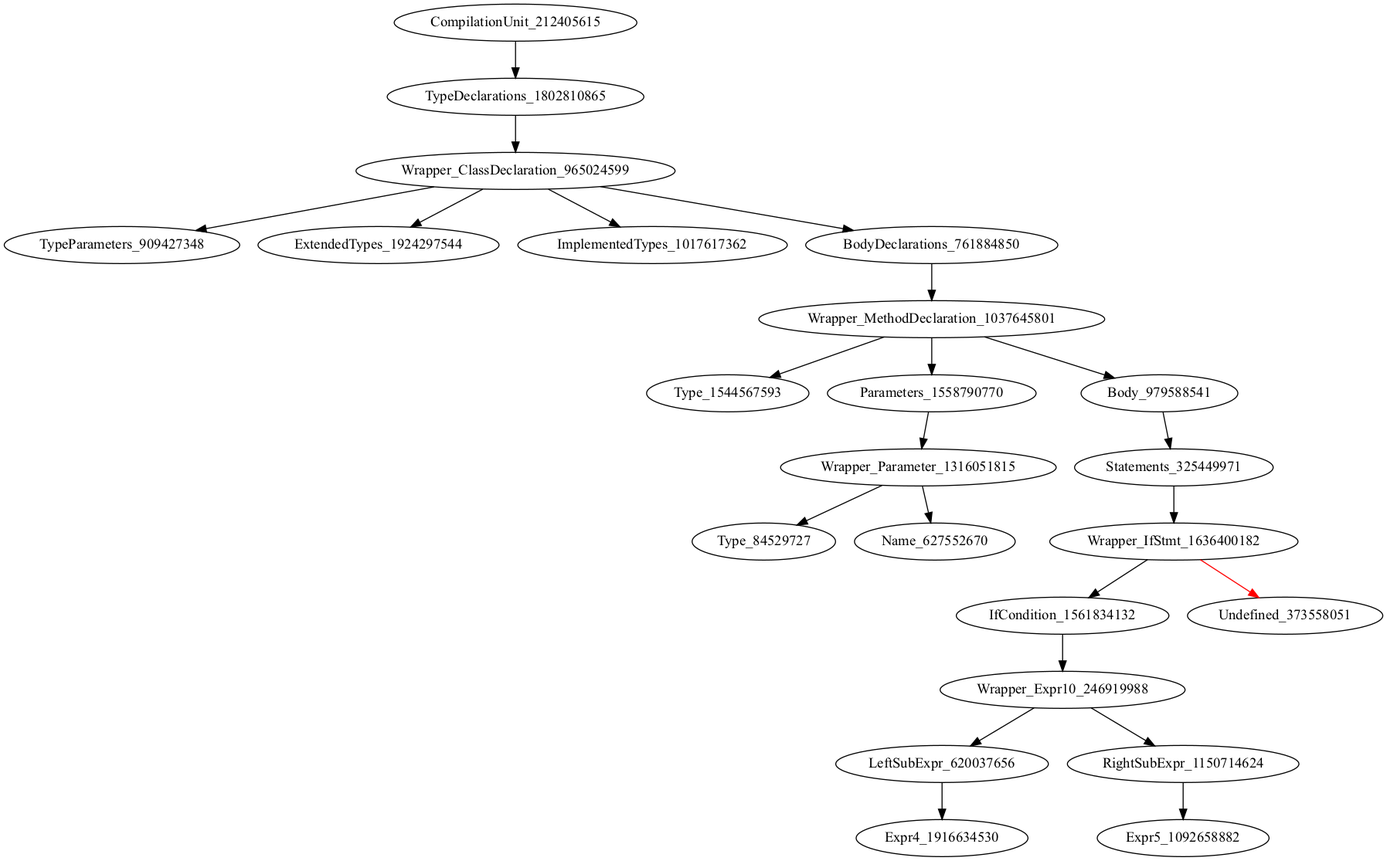
Earlier version of the Graphviz export holeAST.png (icse2023material/VoiceJava). Its source is kept beside it as holeAST.dot.
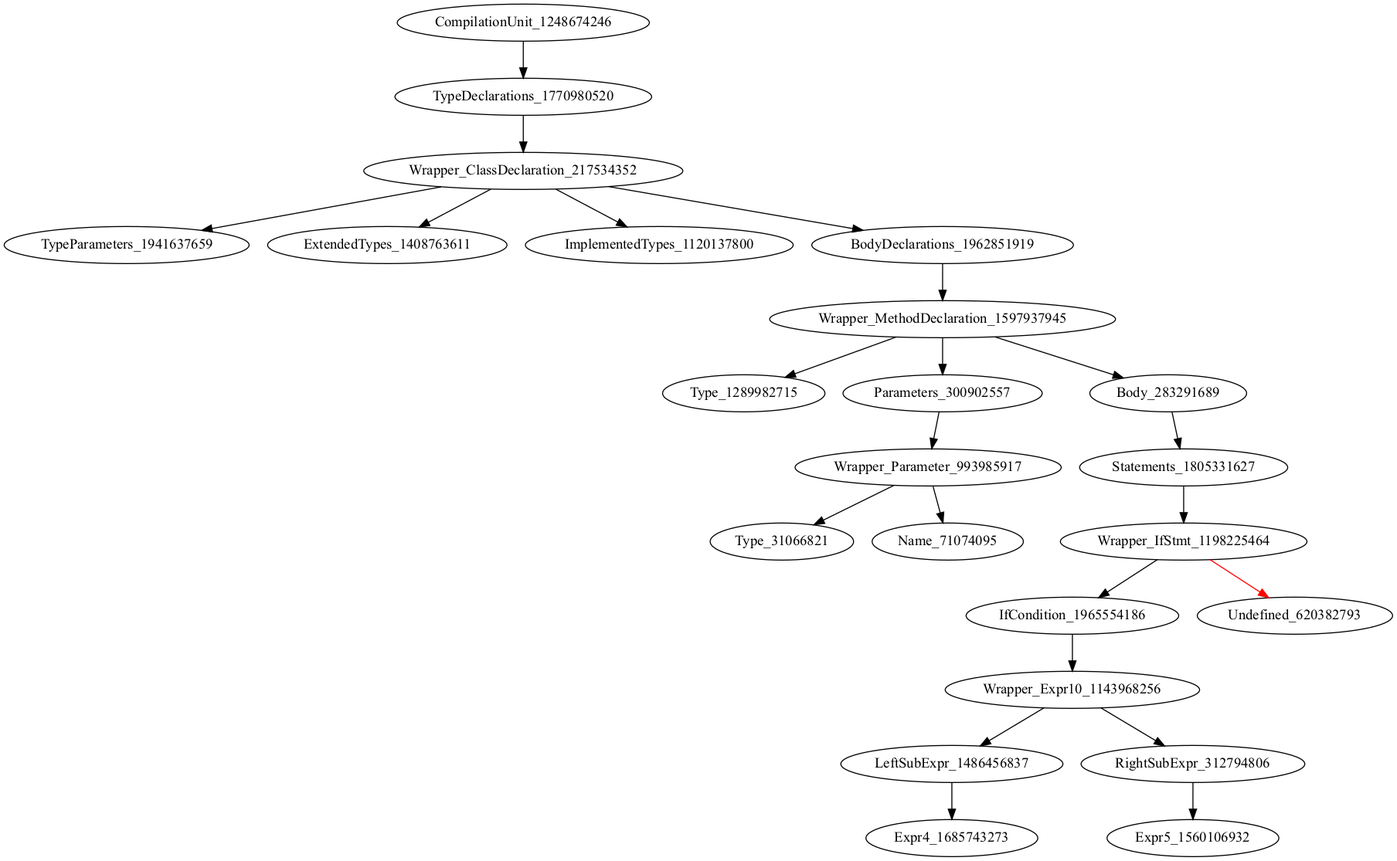
After the commit.

Change to the diagram source:
```diff
@@ -1,24 +1,24 @@
 digraph {
-CompilationUnit_212405615 -> TypeDeclarations_1802810865
-TypeDeclarations_1802810865 -> Wrapper_ClassDeclaration_965024599
-Wrapper_ClassDeclaration_965024599 -> TypeParameters_909427348
-Wrapper_ClassDeclaration_965024599 -> ExtendedTypes_1924297544
-Wrapper_ClassDeclaration_965024599 -> ImplementedTypes_1017617362
-Wrapper_ClassDeclaration_965024599 -> BodyDeclarations_761884850
-BodyDeclarations_761884850 -> Wrapper_MethodDeclaration_1037645801
-Wrapper_MethodDeclaration_1037645801 -> Type_1544567593
-Wrapper_MethodDeclaration_1037645801 -> Parameters_1558790770
-Wrapper_MethodDeclaration_1037645801 -> Body_979588541
-Parameters_1558790770 -> Wrapper_Parameter_1316051815
-Body_979588541 -> Statements_325449971
-Wrapper_Parameter_1316051815 -> Type_84529727
-Wrapper_Parameter_1316051815 -> Name_627552670
-Statements_325449971 -> Wrapper_IfStmt_1636400182
-Wrapper_IfStmt_1636400182 -> IfCondition_1561834132
-Wrapper_IfStmt_1636400182 -> Undefined_373558051 [color = red]
-IfCondition_1561834132 -> Wrapper_Expr10_246919988
-Wrapper_Expr10_246919988 -> LeftSubExpr_620037656
-Wrapper_Expr10_246919988 -> RightSubExpr_1150714624
-LeftSubExpr_620037656 -> Expr4_1916634530
-RightSubExpr_1150714624 -> Expr5_1092658882
+CompilationUnit_1248674246 -> TypeDeclarations_1770980520
+TypeDeclarations_1770980520 -> Wrapper_ClassDeclaration_217534352
+Wrapper_ClassDeclaration_217534352 -> TypeParameters_1941637659
+Wrapper_ClassDeclaration_217534352 -> ExtendedTypes_1408763611
+Wrapper_ClassDeclaration_217534352 -> ImplementedTypes_1120137800
+Wrapper_ClassDeclaration_217534352 -> BodyDeclarations_1962851919
+BodyDeclarations_1962851919 -> Wrapper_MethodDeclaration_1597937945
+Wrapper_MethodDeclaration_1597937945 -> Type_1289982715
+Wrapper_MethodDeclaration_1597937945 -> Parameters_300902557
+Wrapper_MethodDeclaration_1597937945 -> Body_283291689
+Parameters_300902557 -> Wrapper_Parameter_993985917
+Body_283291689 -> Statements_1805331627
+Wrapper_Parameter_993985917 -> Type_31066821
+Wrapper_Parameter_993985917 -> Name_71074095
+Statements_1805331627 -> Wrapper_IfStmt_1198225464
+Wrapper_IfStmt_1198225464 -> IfCondition_1965554186
+Wrapper_IfStmt_1198225464 -> Undefined_620382793 [color = red]
+IfCondition_1965554186 -> Wrapper_Expr10_1143968256
+Wrapper_Expr10_1143968256 -> LeftSubExpr_1486456837
+Wrapper_Expr10_1143968256 -> RightSubExpr_312794806
+LeftSubExpr_1486456837 -> Expr4_1685743273
+RightSubExpr_312794806 -> Expr5_1560106932
 }
```
